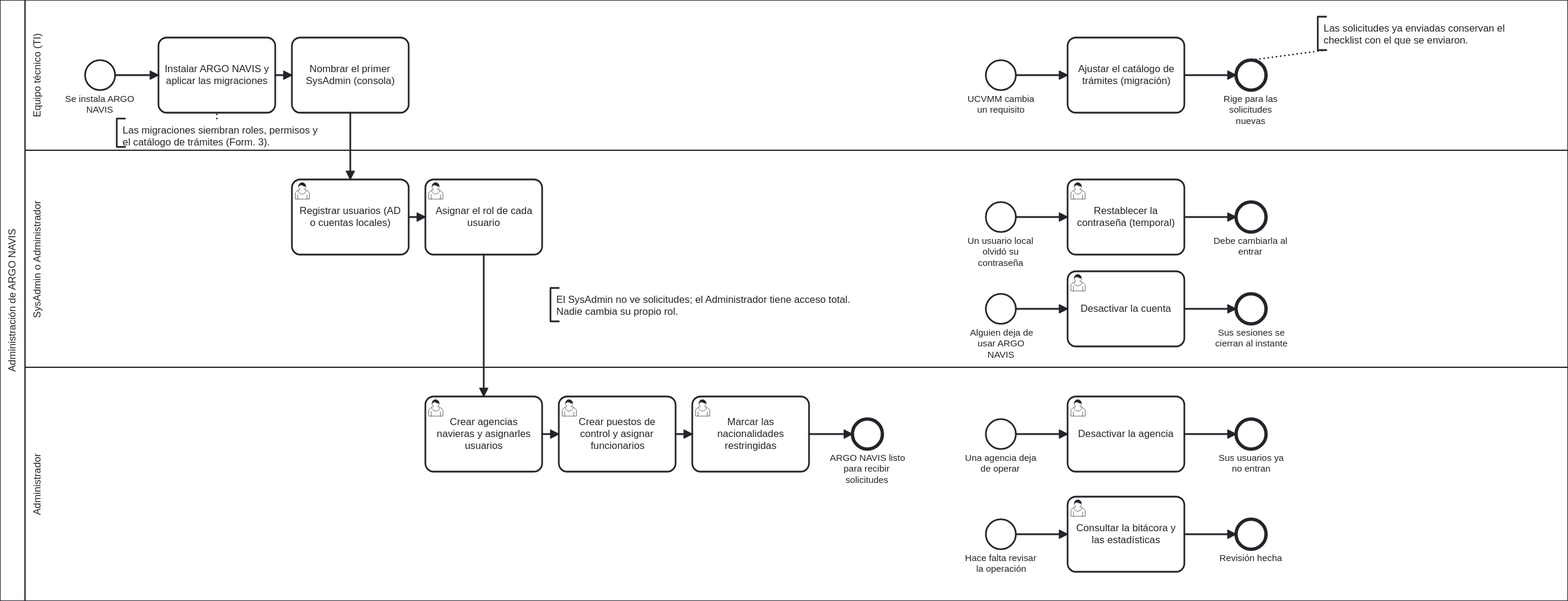
The BPMN diagram docs/bpmn/03-administracion.svg in rxppxc/ArgoNavis, before a commit. Its source is kept beside it as docs/bpmn/03-administracion.bpmn. Ids are renumbered.
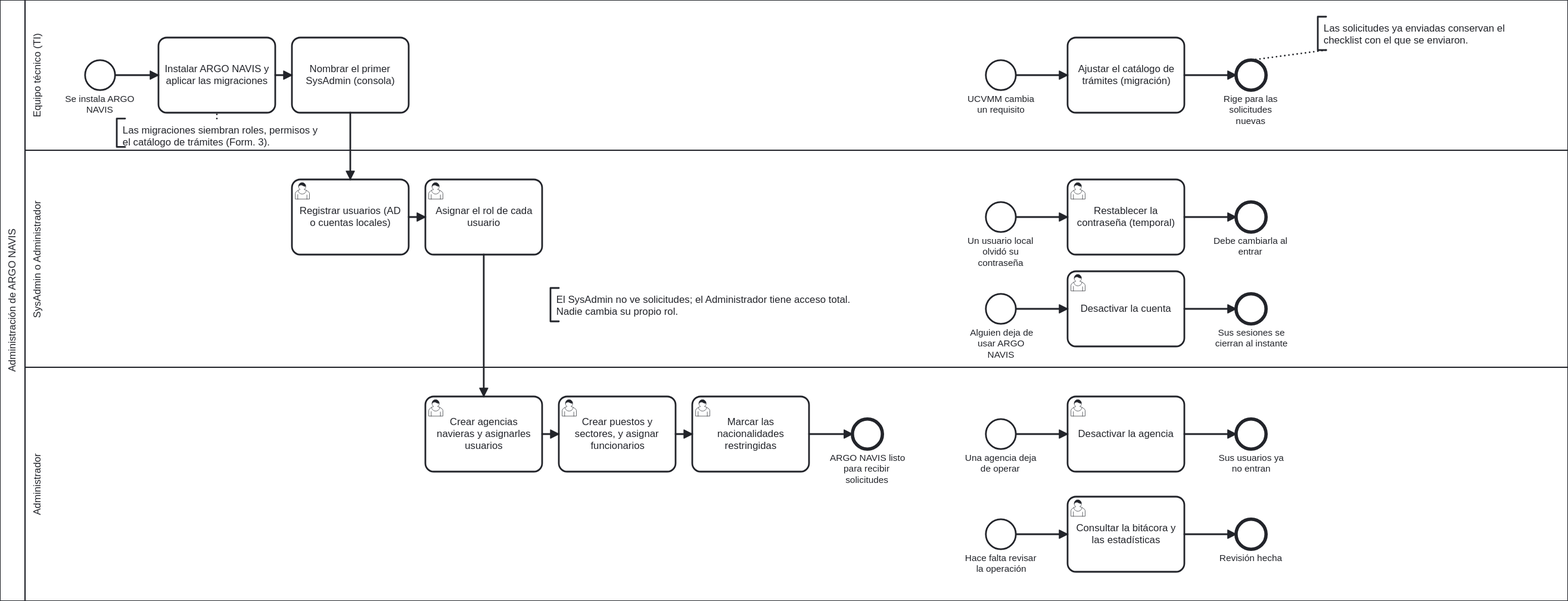
Above is the later version.

Change to the diagram source:
```diff
@@ -59,7 +59,7 @@
       <bpmn:incoming>Flujo_AsignarRoles_CrearAgencias</bpmn:incoming>
       <bpmn:outgoing>Flujo_CrearAgencias_CrearPuestos</bpmn:outgoing>
     </bpmn:userTask>
-    <bpmn:userTask id="CrearPuestos" name="Crear puestos de control y asignar funcionarios">
+    <bpmn:userTask id="CrearPuestos" name="Crear puestos y sectores, y asignar funcionarios">
       <bpmn:incoming>Flujo_CrearAgencias_CrearPuestos</bpmn:incoming>
       <bpmn:outgoing>Flujo_CrearPuestos_Nacionalidades</bpmn:outgoing>
     </bpmn:userTask>
```
